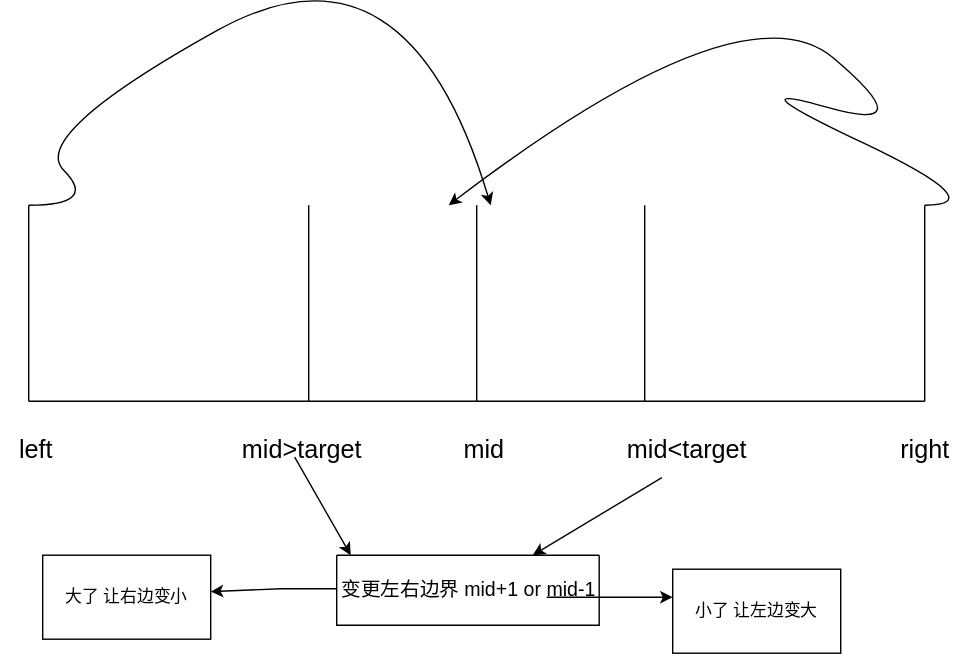
Above: 二分法图.drawio.svg in 1286999256/leadnews (draw.io), before the change. Source tidied: cells renumbered, new cells last; positions are measured from the earlier drawing's top-left corner, leaving out a move shared by most shapes.
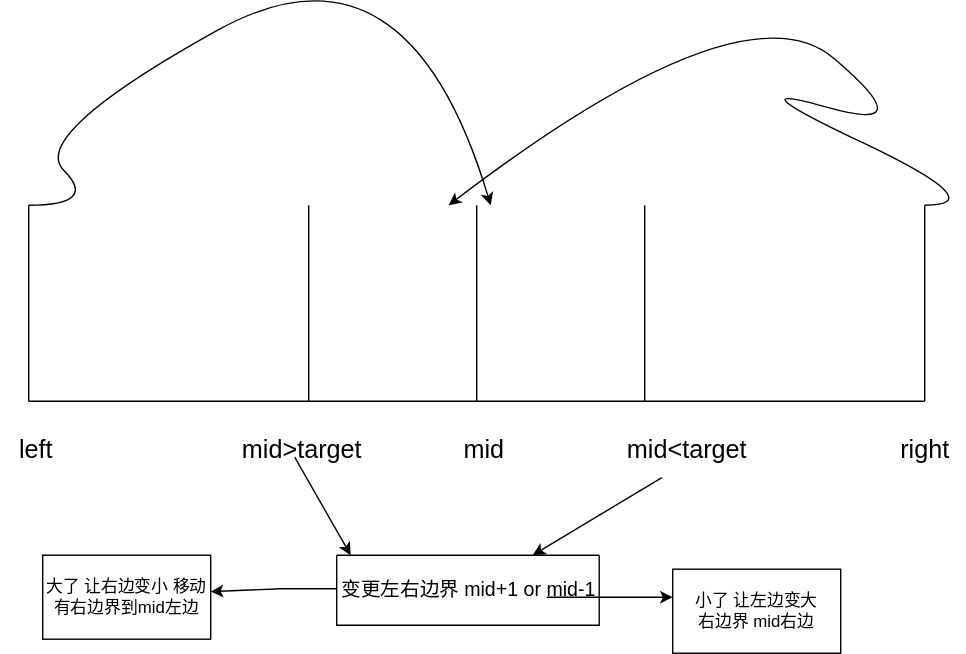
The same diagram one commit later.

Commit message:
更新二分法图.drawio.svg

Diff of the diagram source:
```diff
@@ -114,10 +114,10 @@
         </Array>
       </mxGeometry>
     </mxCell>
-    <mxCell id="21" value="大了 让右边变小" style="rounded=0;whiteSpace=wrap;html=1;" parent="1" vertex="1">
+    <mxCell id="21" value="大了 让右边变小 移动有右边界到mid左边" style="rounded=0;whiteSpace=wrap;html=1;" parent="1" vertex="1">
       <mxGeometry x="30" y="450" width="120" height="60" as="geometry" />
     </mxCell>
-    <mxCell id="22" value="小了 让左边变大" style="rounded=0;whiteSpace=wrap;html=1;" parent="1" vertex="1">
+    <mxCell id="22" value="小了 让左边变大&lt;br&gt;右边界 mid右边" style="rounded=0;whiteSpace=wrap;html=1;" parent="1" vertex="1">
       <mxGeometry x="480" y="460" width="120" height="60" as="geometry" />
     </mxCell>
   </root>
```
